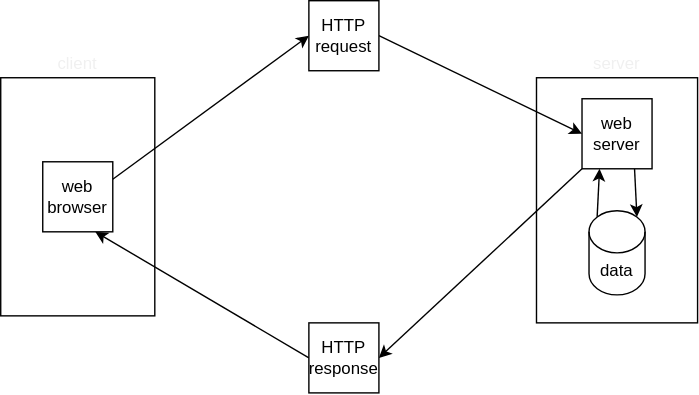
Above: dhf-res.drawio.svg in mfl4/mfl4-http-pzn (draw.io), before the change. Source tidied: cells renumbered, new cells last; positions are measured from the earlier drawing's top-left corner, leaving out a move shared by most shapes. Its diagram source:
```xml
<mxGraphModel>
  <root>
    <mxCell id="0" />
    <mxCell id="1" parent="0" />
    <mxCell id="2" style="rounded=0;whiteSpace=wrap;html=1;rotation=90;" parent="1" vertex="1">
      <mxGeometry x="382.5" y="85" width="175" height="115" as="geometry" />
    </mxCell>
    <mxCell id="3" value="server" style="text;html=1;strokeColor=none;fillColor=none;align=center;verticalAlign=middle;whiteSpace=wrap;rounded=0;fontColor=#F0F0F0;" parent="1" vertex="1">
      <mxGeometry x="440" y="30" width="60" height="30" as="geometry" />
    </mxCell>
    <mxCell id="4" style="edgeStyle=none;html=1;exitX=0.75;exitY=1;exitDx=0;exitDy=0;entryX=0.855;entryY=0;entryDx=0;entryDy=4.35;entryPerimeter=0;" parent="1" edge="1" source="6" target="8">
      <mxGeometry relative="1" as="geometry" />
    </mxCell>
    <mxCell id="5" style="edgeStyle=none;html=1;exitX=0;exitY=1;exitDx=0;exitDy=0;entryX=1;entryY=0.5;entryDx=0;entryDy=0;" parent="1" edge="1" source="6" target="16">
      <mxGeometry relative="1" as="geometry" />
    </mxCell>
    <mxCell id="6" value="web server" style="whiteSpace=wrap;html=1;" parent="1" vertex="1">
      <mxGeometry x="445" y="70" width="50" height="50" as="geometry" />
    </mxCell>
    <mxCell id="7" style="edgeStyle=none;html=1;exitX=0.145;exitY=0;exitDx=0;exitDy=4.35;exitPerimeter=0;entryX=0.25;entryY=1;entryDx=0;entryDy=0;" parent="1" edge="1" source="8" target="6">
      <mxGeometry relative="1" as="geometry" />
    </mxCell>
    <mxCell id="8" value="data" style="shape=cylinder3;whiteSpace=wrap;html=1;boundedLbl=1;backgroundOutline=1;size=15;" parent="1" vertex="1">
      <mxGeometry x="450" y="150" width="40" height="60" as="geometry" />
    </mxCell>
    <mxCell id="9" style="rounded=0;whiteSpace=wrap;html=1;rotation=90;" parent="1" vertex="1">
      <mxGeometry y="85" width="170" height="110" as="geometry" />
    </mxCell>
    <mxCell id="10" style="edgeStyle=none;html=1;exitX=1;exitY=0.25;exitDx=0;exitDy=0;entryX=0;entryY=0.5;entryDx=0;entryDy=0;" parent="1" edge="1" source="11" target="14">
      <mxGeometry relative="1" as="geometry" />
    </mxCell>
    <mxCell id="11" value="web browser" style="whiteSpace=wrap;html=1;" parent="1" vertex="1">
      <mxGeometry x="60" y="115" width="50" height="50" as="geometry" />
    </mxCell>
    <mxCell id="12" value="client" style="text;html=1;strokeColor=none;fillColor=none;align=center;verticalAlign=middle;whiteSpace=wrap;rounded=0;fontColor=#F0F0F0;" parent="1" vertex="1">
      <mxGeometry x="55" y="30" width="60" height="30" as="geometry" />
    </mxCell>
    <mxCell id="13" style="edgeStyle=none;html=1;exitX=1;exitY=0.5;exitDx=0;exitDy=0;entryX=0;entryY=0.5;entryDx=0;entryDy=0;" parent="1" edge="1" source="14" target="6">
      <mxGeometry relative="1" as="geometry" />
    </mxCell>
    <mxCell id="14" value="HTTP request" style="whiteSpace=wrap;html=1;" parent="1" vertex="1">
      <mxGeometry x="250" width="50" height="50" as="geometry" />
    </mxCell>
    <mxCell id="15" style="edgeStyle=none;html=1;exitX=0;exitY=0.5;exitDx=0;exitDy=0;entryX=0.75;entryY=1;entryDx=0;entryDy=0;" parent="1" edge="1" source="16" target="11">
      <mxGeometry relative="1" as="geometry" />
    </mxCell>
    <mxCell id="16" value="HTTP response" style="whiteSpace=wrap;html=1;" parent="1" vertex="1">
      <mxGeometry x="250" y="230" width="50" height="50" as="geometry" />
    </mxCell>
  </root>
</mxGraphModel>
```
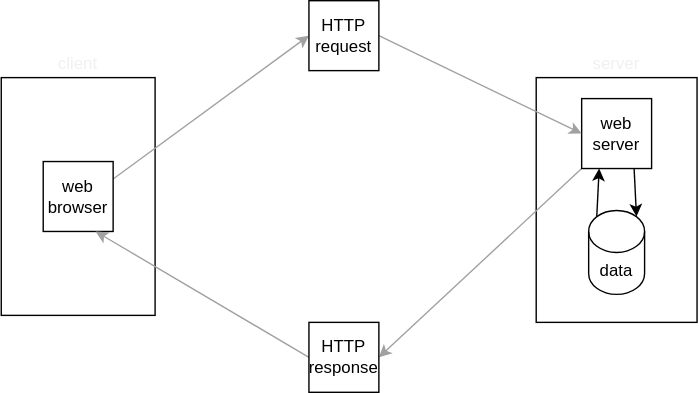
After the commit.

Change to the diagram source:
```diff
@@ -11,7 +11,7 @@
     <mxCell id="4" style="edgeStyle=none;html=1;exitX=0.75;exitY=1;exitDx=0;exitDy=0;entryX=0.855;entryY=0;entryDx=0;entryDy=4.35;entryPerimeter=0;" parent="1" edge="1" source="6" target="8">
       <mxGeometry relative="1" as="geometry" />
     </mxCell>
-    <mxCell id="5" style="edgeStyle=none;html=1;exitX=0;exitY=1;exitDx=0;exitDy=0;entryX=1;entryY=0.5;entryDx=0;entryDy=0;" parent="1" edge="1" source="6" target="16">
+    <mxCell id="5" style="edgeStyle=none;html=1;exitX=0;exitY=1;exitDx=0;exitDy=0;entryX=1;entryY=0.5;entryDx=0;entryDy=0;strokeColor=#A1A1A1;" parent="1" edge="1" source="6" target="16">
       <mxGeometry relative="1" as="geometry" />
     </mxCell>
     <mxCell id="6" value="web server" style="whiteSpace=wrap;html=1;" parent="1" vertex="1">
@@ -26,7 +26,7 @@
     <mxCell id="9" style="rounded=0;whiteSpace=wrap;html=1;rotation=90;" parent="1" vertex="1">
       <mxGeometry y="85" width="170" height="110" as="geometry" />
     </mxCell>
-    <mxCell id="10" style="edgeStyle=none;html=1;exitX=1;exitY=0.25;exitDx=0;exitDy=0;entryX=0;entryY=0.5;entryDx=0;entryDy=0;" parent="1" edge="1" source="11" target="14">
+    <mxCell id="10" style="edgeStyle=none;html=1;exitX=1;exitY=0.25;exitDx=0;exitDy=0;entryX=0;entryY=0.5;entryDx=0;entryDy=0;strokeColor=#A1A1A1;" parent="1" edge="1" source="11" target="14">
       <mxGeometry relative="1" as="geometry" />
     </mxCell>
     <mxCell id="11" value="web browser" style="whiteSpace=wrap;html=1;" parent="1" vertex="1">
@@ -35,13 +35,13 @@
     <mxCell id="12" value="client" style="text;html=1;strokeColor=none;fillColor=none;align=center;verticalAlign=middle;whiteSpace=wrap;rounded=0;fontColor=#F0F0F0;" parent="1" vertex="1">
       <mxGeometry x="55" y="30" width="60" height="30" as="geometry" />
     </mxCell>
-    <mxCell id="13" style="edgeStyle=none;html=1;exitX=1;exitY=0.5;exitDx=0;exitDy=0;entryX=0;entryY=0.5;entryDx=0;entryDy=0;" parent="1" edge="1" source="14" target="6">
+    <mxCell id="13" style="edgeStyle=none;html=1;exitX=1;exitY=0.5;exitDx=0;exitDy=0;entryX=0;entryY=0.5;entryDx=0;entryDy=0;strokeColor=#A1A1A1;" parent="1" edge="1" source="14" target="6">
       <mxGeometry relative="1" as="geometry" />
     </mxCell>
     <mxCell id="14" value="HTTP request" style="whiteSpace=wrap;html=1;" parent="1" vertex="1">
       <mxGeometry x="250" width="50" height="50" as="geometry" />
     </mxCell>
-    <mxCell id="15" style="edgeStyle=none;html=1;exitX=0;exitY=0.5;exitDx=0;exitDy=0;entryX=0.75;entryY=1;entryDx=0;entryDy=0;" parent="1" edge="1" source="16" target="11">
+    <mxCell id="15" style="edgeStyle=none;html=1;exitX=0;exitY=0.5;exitDx=0;exitDy=0;entryX=0.75;entryY=1;entryDx=0;entryDy=0;strokeColor=#A1A1A1;" parent="1" edge="1" source="16" target="11">
       <mxGeometry relative="1" as="geometry" />
     </mxCell>
     <mxCell id="16" value="HTTP response" style="whiteSpace=wrap;html=1;" parent="1" vertex="1">
```
